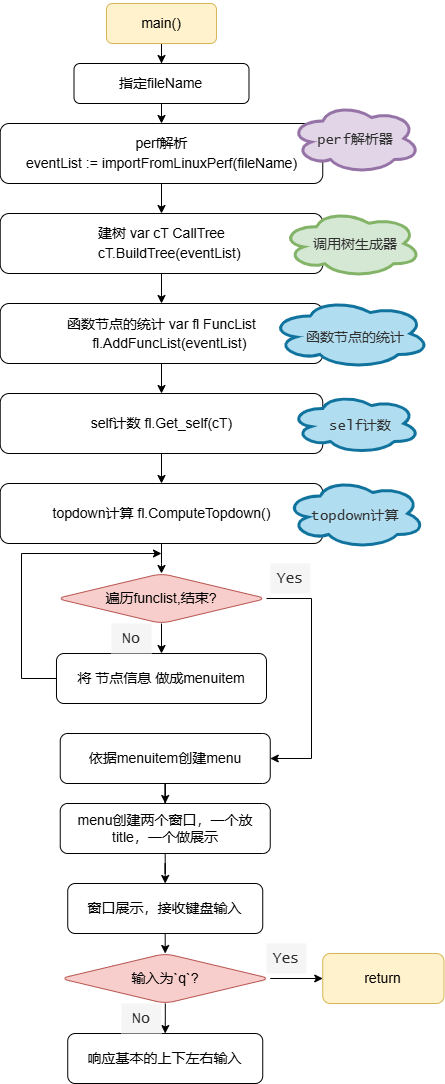
The draw.io diagram main_ui.drawio.png in Dong-J93/os_pic2024, before a commit. Source tidied: cells renumbered, new cells last; positions are measured from the earlier drawing's top-left corner, leaving out a move shared by most shapes.
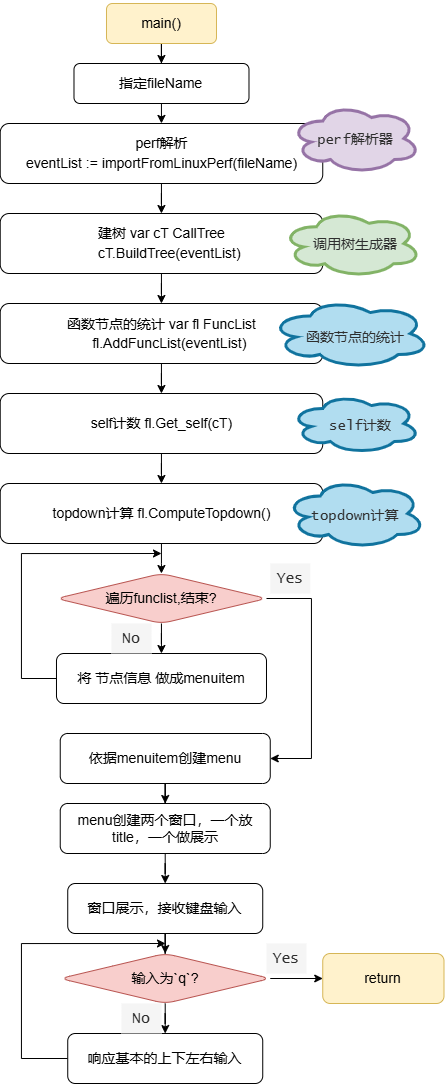
Later version of the same file.

What changed in the source:
```diff
@@ -139,6 +139,15 @@
     <mxCell id="43" value="&lt;font face=&quot;Lucida Console&quot; color=&quot;#2e2e2e&quot;&gt;&lt;span style=&quot;font-size: 15px;&quot;&gt;Yes&lt;/span&gt;&lt;/font&gt;" style="text;html=1;align=center;verticalAlign=middle;whiteSpace=wrap;rounded=0;fontColor=#333333;fillColor=#f5f5f5;strokeColor=none;" parent="1" vertex="1">
       <mxGeometry x="266" y="940" width="40" height="30" as="geometry" />
     </mxCell>
+    <mxCell id="46" style="edgeStyle=orthogonalEdgeStyle;rounded=0;jettySize=auto;html=1;exitX=0;exitY=0.5;exitDx=0;exitDy=0;" parent="1" edge="1" source="44">
+      <mxGeometry relative="1" as="geometry">
+        <mxPoint x="165" y="940" as="targetPoint" />
+        <Array as="points">
+          <mxPoint x="21" y="1055" />
+          <mxPoint x="21" y="940" />
+        </Array>
+      </mxGeometry>
+    </mxCell>
     <mxCell id="44" value="&lt;span style=&quot;font-size: 14px;&quot;&gt;响应基本的上下左右输入&lt;/span&gt;" style="whiteSpace=wrap;html=1;rounded=1;" parent="1" vertex="1">
       <mxGeometry x="67.2" y="1030" width="195" height="50" as="geometry" />
     </mxCell>
```
